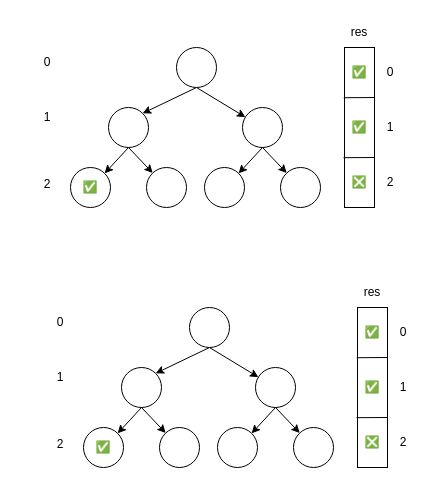
The draw.io diagram 在每个树行中找最大值.drawio in CARLOSGP2021/drawio, before the edit. Source tidied: cells renumbered, new cells numbered last; positions are measured from the earlier drawing's top-left corner, leaving out a move shared by most shapes. Both pictures are drawn from the tidied source at 100%, with x=0, y=0 at pixel (17, 17).
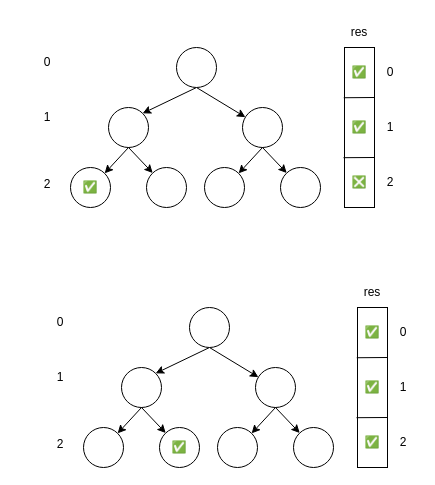
Above is the later version.

Commit message (it also covers changes not shown here):
更新在每个树行中找最大值.drawio

The change refers to these unchanged cells:
```xml
<mxCell id="43" style="group;" parent="1" vertex="1">
  <mxGeometry x="339" y="290" width="46" height="160" as="geometry" />
</mxCell>
```

What changed in the source:
```diff
@@
-    <mxCell id="48" value="❎" style="text;html=1;strokeColor=none;fillColor=none;align=center;verticalAlign=middle;whiteSpace=wrap;rounded=0;" parent="43" vertex="1">
-      <mxGeometry x="8" y="120" width="16" height="30" as="geometry" />
-    </mxCell>
@@
+    <mxCell id="58" value="✅" style="text;html=1;strokeColor=none;fillColor=none;align=center;verticalAlign=middle;whiteSpace=wrap;rounded=0;" parent="43" vertex="1">
+      <mxGeometry x="8" y="120" width="16" height="30" as="geometry" />
+    </mxCell>
@@
     <mxCell id="57" value="✅" style="text;html=1;strokeColor=none;fillColor=none;align=center;verticalAlign=middle;whiteSpace=wrap;rounded=0;" parent="1" vertex="1">
-      <mxGeometry x="78" y="415" width="16" height="30" as="geometry" />
+      <mxGeometry x="154" y="415" width="16" height="30" as="geometry" />
     </mxCell>
```
